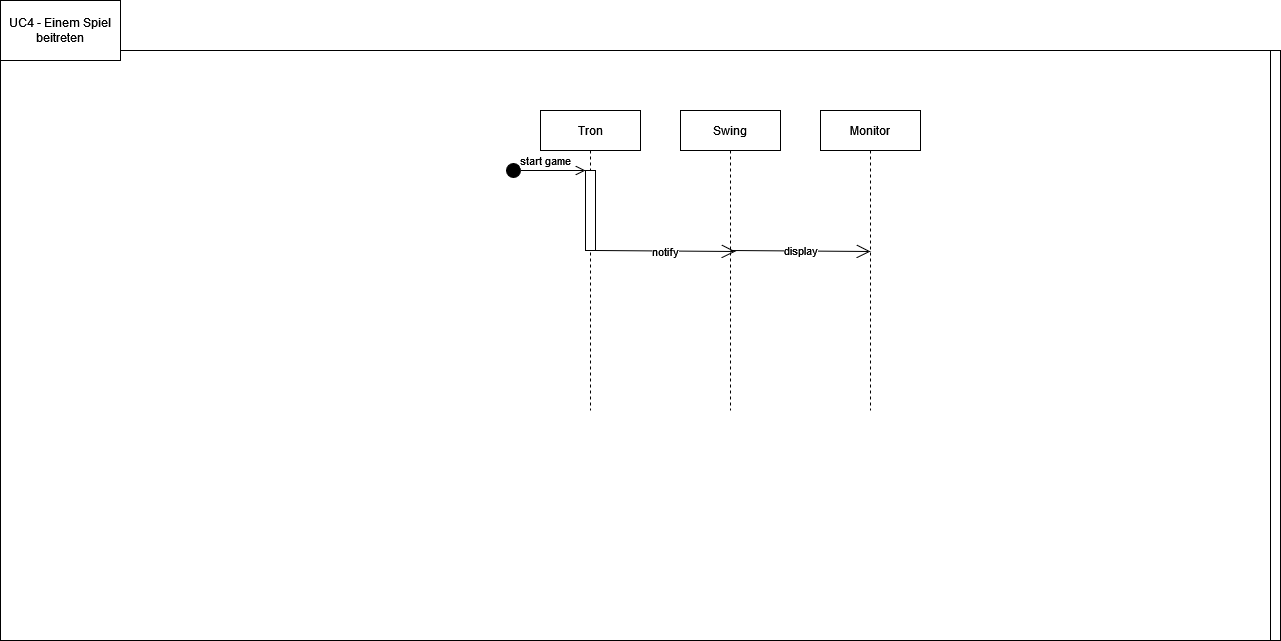
Before: Arc42/Assets/technischer Kontext-UC4.drawio.png, a diagram exported from draw.io (MorenoS96/vsp). Source tidied: cells renumbered, new cells last; positions are measured from the earlier drawing's top-left corner, leaving out a move shared by most shapes.
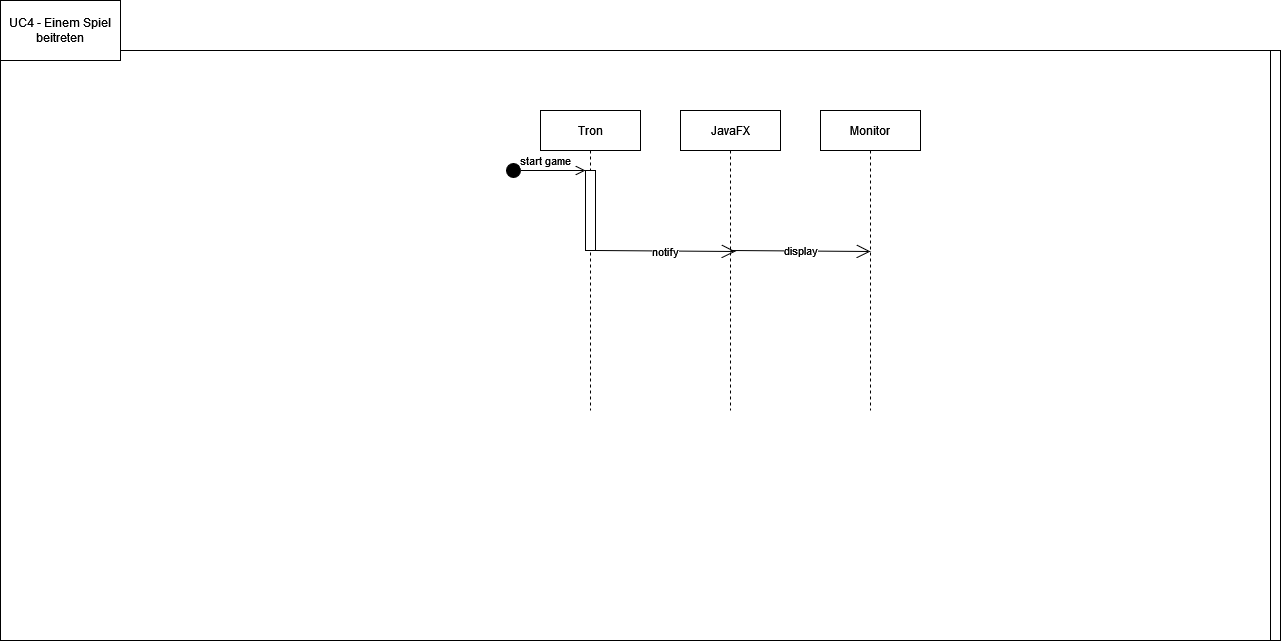
After the change.

What changed in the source:
```diff
@@ -71,7 +71,7 @@
         <mxPoint x="45" y="60" as="targetPoint" />
       </mxGeometry>
     </mxCell>
-    <mxCell id="20" value="Swing" style="shape=umlLifeline;perimeter=lifelinePerimeter;rounded=0;shadow=0;strokeWidth=1;" parent="1" vertex="1">
+    <mxCell id="20" value="JavaFX" style="shape=umlLifeline;perimeter=lifelinePerimeter;rounded=0;shadow=0;strokeWidth=1;" parent="1" vertex="1">
       <mxGeometry x="680" y="110" width="100" height="300" as="geometry" />
     </mxCell>
     <mxCell id="21" value="notify" style="endArrow=open;html=1;rounded=0;exitX=0.48;exitY=0.33;exitDx=0;exitDy=0;exitPerimeter=0;endFill=0;endSize=12;" parent="20" edge="1">
```
